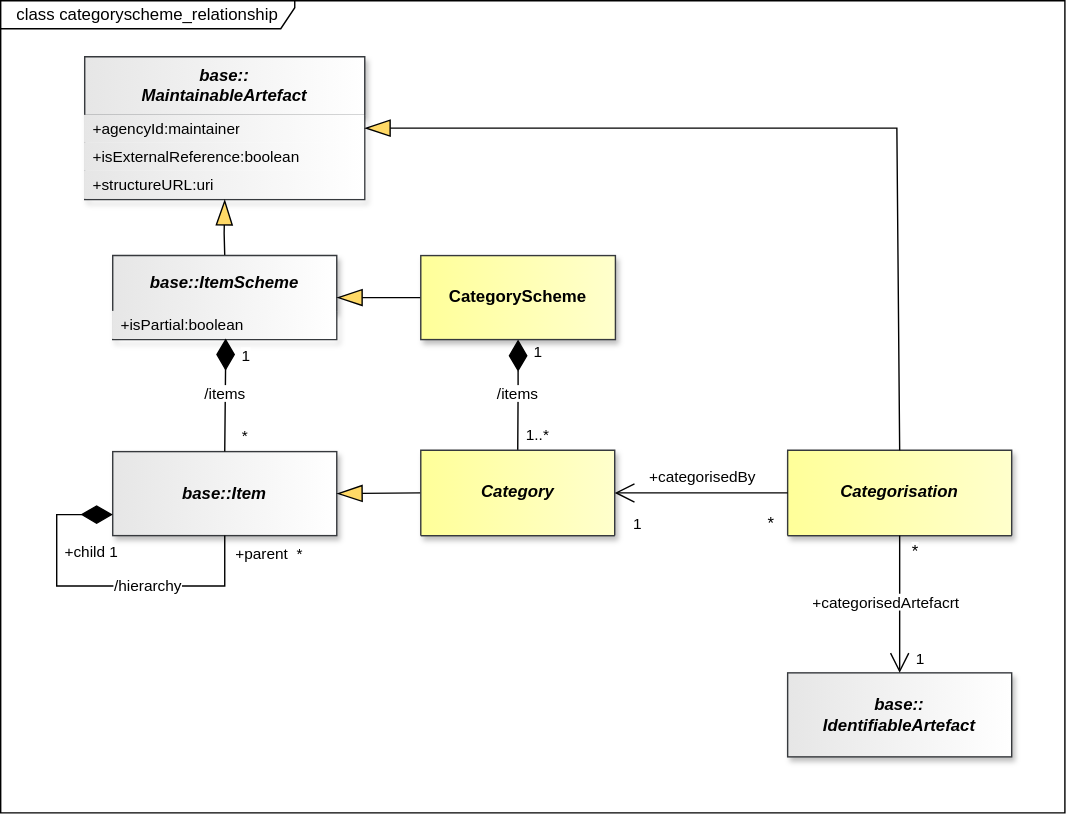
Above: docs/information_model/media/sdmx_categoryscheme-categoryscheme_relationship.svg in sdmx-twg/sdmx-im (draw.io), before the change. Source tidied: cells renumbered, new cells last; positions are measured from the earlier drawing's top-left corner, leaving out a move shared by most shapes.
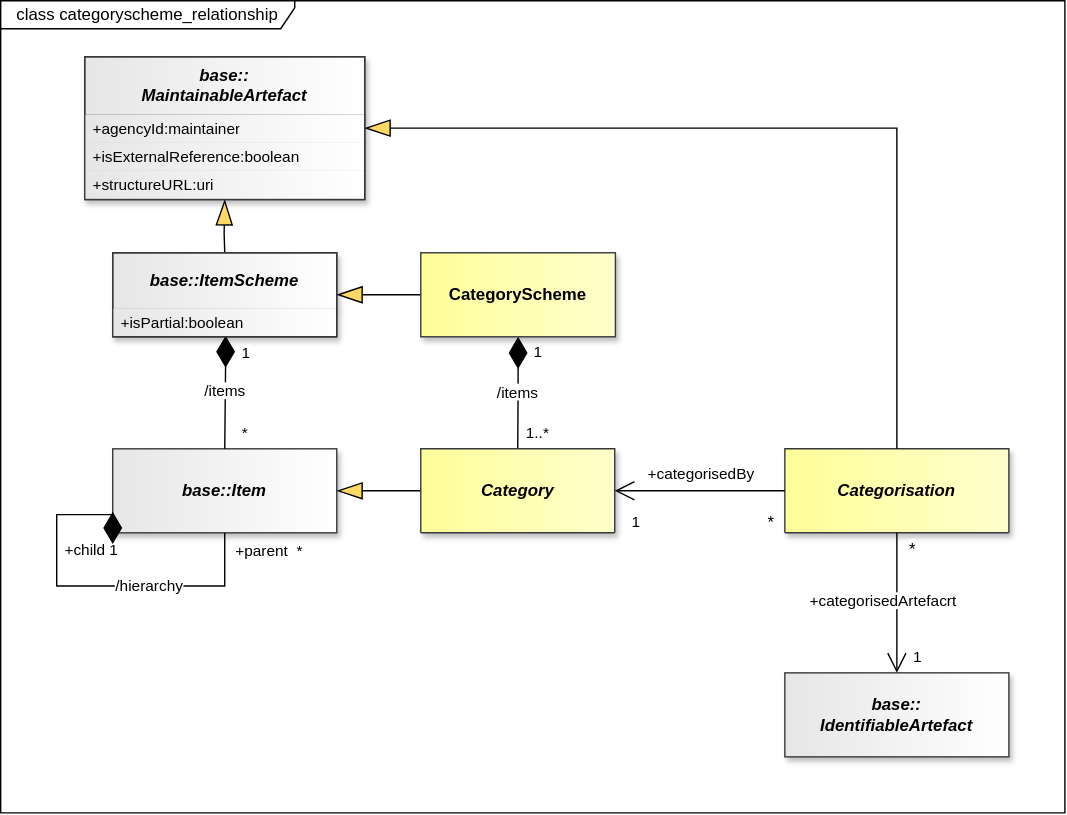
Later version of the same file.

The edit, as a diff of the source:
```diff
@@ -14,13 +14,13 @@
     <mxCell id="5" value="base::&lt;br&gt;MaintainableArtefact" style="swimlane;fontStyle=3;align=center;verticalAlign=top;horizontal=1;startSize=42;whiteSpace=wrap;html=1;strokeColor=#36393d;fontFamily=Helvetica;fontSize=12;fillColor=light-dark(#E6E6E6,#E6E6E6);gradientDirection=east;gradientColor=light-dark(#FFFFFF,#FFFFFF);fontColor=light-dark(#000000,#000000);shadow=1;" parent="1" vertex="1">
       <mxGeometry x="60" y="40" width="200" height="102" as="geometry" />
     </mxCell>
-    <mxCell id="6" value="+agencyId:maintainer" style="text;strokeColor=none;fillColor=light-dark(#E6E6E6,#E6E6E6);align=left;verticalAlign=middle;spacingLeft=4;spacingRight=4;overflow=hidden;whiteSpace=wrap;html=1;fontFamily=Helvetica;fontSize=11;fontColor=light-dark(#000000,#000000);fontStyle=0;gradientColor=light-dark(#FFFFFF,#FFFFFF);gradientDirection=east;" parent="5" vertex="1">
+    <mxCell id="6" value="+agencyId:maintainer" style="text;strokeColor=none;fillColor=light-dark(#E6E6E6,#E6E6E6);align=left;verticalAlign=middle;spacingLeft=4;spacingRight=4;overflow=hidden;whiteSpace=wrap;html=1;fontFamily=Helvetica;fontSize=11;fontColor=light-dark(#000000,#000000);fontStyle=0;gradientColor=light-dark(#FFFFFF,#FFFFFF);gradientDirection=east;shadow=1;" parent="5" vertex="1">
       <mxGeometry y="42" width="200" height="20" as="geometry" />
     </mxCell>
-    <mxCell id="7" value="+isExternalReference:boolean" style="text;strokeColor=none;fillColor=light-dark(#E6E6E6,#E6E6E6);align=left;verticalAlign=middle;spacingLeft=4;spacingRight=4;overflow=hidden;whiteSpace=wrap;html=1;fontFamily=Helvetica;fontSize=11;fontColor=light-dark(#000000,#000000);fontStyle=0;gradientColor=light-dark(#FFFFFF,#FFFFFF);gradientDirection=east;" parent="5" vertex="1">
+    <mxCell id="7" value="+isExternalReference:boolean" style="text;strokeColor=none;fillColor=light-dark(#E6E6E6,#E6E6E6);align=left;verticalAlign=middle;spacingLeft=4;spacingRight=4;overflow=hidden;whiteSpace=wrap;html=1;fontFamily=Helvetica;fontSize=11;fontColor=light-dark(#000000,#000000);fontStyle=0;gradientColor=light-dark(#FFFFFF,#FFFFFF);gradientDirection=east;shadow=1;" parent="5" vertex="1">
       <mxGeometry y="62" width="200" height="20" as="geometry" />
     </mxCell>
-    <mxCell id="8" value="+structureURL:uri" style="text;strokeColor=none;fillColor=light-dark(#E6E6E6,#E6E6E6);align=left;verticalAlign=middle;spacingLeft=4;spacingRight=4;overflow=hidden;whiteSpace=wrap;html=1;fontFamily=Helvetica;fontSize=11;fontColor=light-dark(#000000,#000000);fontStyle=0;gradientColor=light-dark(#FFFFFF,#FFFFFF);gradientDirection=east;" parent="5" vertex="1">
+    <mxCell id="8" value="+structureURL:uri" style="text;strokeColor=none;fillColor=light-dark(#E6E6E6,#E6E6E6);align=left;verticalAlign=middle;spacingLeft=4;spacingRight=4;overflow=hidden;whiteSpace=wrap;html=1;fontFamily=Helvetica;fontSize=11;fontColor=light-dark(#000000,#000000);fontStyle=0;gradientColor=light-dark(#FFFFFF,#FFFFFF);gradientDirection=east;shadow=1;" parent="5" vertex="1">
       <mxGeometry y="82" width="200" height="20" as="geometry" />
     </mxCell>
     <mxCell id="9" style="endArrow=blockThin;endSize=16;endFill=1;html=1;rounded=0;exitX=0.5;exitY=0;exitDx=0;exitDy=0;startFill=0;endFillColor=light-dark(#FFD966,#FFD966);strokeColor=light-dark(#000000,#FFFFFF);startFillColor=light-dark(#000000,#FFFFFF);labelBackgroundColor=none;labelBorderColor=light-dark(#000000,#FFFFFF);entryX=0.5;entryY=1;entryDx=0;entryDy=0;" parent="1" edge="1" source="16" target="5">
@@ -31,7 +31,7 @@
       </mxGeometry>
     </mxCell>
     <mxCell id="10" value="base::Item" style="whiteSpace=wrap;html=1;verticalAlign=middle;gradientDirection=east;imageVerticalAlign=top;fontStyle=3;fillColor=light-dark(#E6E6E6,#E6E6E6);strokeColor=#36393d;fontColor=light-dark(#000000,#000000);gradientColor=light-dark(#FFFFFF,#FFFFFF);shadow=1;" parent="1" vertex="1">
-      <mxGeometry x="80" y="322" width="160" height="60" as="geometry" />
+      <mxGeometry x="80" y="320" width="160" height="60" as="geometry" />
     </mxCell>
     <mxCell id="11" value="&lt;font style=&quot;color: light-dark(rgb(0, 0, 0), rgb(255, 255, 255)); background-color: light-dark(rgb(255, 255, 255), rgb(0, 0, 0));&quot;&gt;/hierarchy&lt;/font&gt;" style="endArrow=none;html=1;endSize=12;startArrow=diamondThin;startSize=20;startFill=1;edgeStyle=orthogonalEdgeStyle;rounded=0;endFill=0;strokeColor=light-dark(#000000,#FFFFFF);fontColor=light-dark(#000000,#FFFFFF);labelBackgroundColor=none;entryX=0.5;entryY=1;entryDx=0;entryDy=0;exitX=0;exitY=0.75;exitDx=0;exitDy=0;" parent="1" edge="1" source="10" target="10">
       <mxGeometry x="0.27" relative="1" as="geometry">
@@ -66,9 +66,9 @@
       </mxGeometry>
     </mxCell>
     <mxCell id="16" value="base::ItemScheme" style="swimlane;fontStyle=3;align=center;verticalAlign=middle;horizontal=1;startSize=40;whiteSpace=wrap;html=1;strokeColor=#36393d;fontFamily=Helvetica;fontSize=12;fillColor=light-dark(#E6E6E6,#E6E6E6);gradientDirection=east;gradientColor=light-dark(#FFFFFF,#FFFFFF);fontColor=light-dark(#000000,#000000);shadow=1;" parent="1" vertex="1">
-      <mxGeometry x="80" y="182" width="160" height="60" as="geometry" />
+      <mxGeometry x="80" y="180" width="160" height="60" as="geometry" />
     </mxCell>
-    <mxCell id="17" value="+isPartial:boolean" style="text;strokeColor=none;fillColor=light-dark(#E6E6E6,#E6E6E6);align=left;verticalAlign=middle;spacingLeft=4;spacingRight=4;overflow=hidden;points=[[0,0.5],[1,0.5]];portConstraint=eastwest;whiteSpace=wrap;html=1;fontFamily=Helvetica;fontSize=11;fontColor=light-dark(#000000,#000000);fontStyle=0;gradientColor=light-dark(#FFFFFF,#FFFFFF);gradientDirection=east;" parent="16" vertex="1">
+    <mxCell id="17" value="+isPartial:boolean" style="text;strokeColor=none;fillColor=light-dark(#E6E6E6,#E6E6E6);align=left;verticalAlign=middle;spacingLeft=4;spacingRight=4;overflow=hidden;points=[[0,0.5],[1,0.5]];portConstraint=eastwest;whiteSpace=wrap;html=1;fontFamily=Helvetica;fontSize=11;fontColor=light-dark(#000000,#000000);fontStyle=0;gradientColor=light-dark(#FFFFFF,#FFFFFF);gradientDirection=east;shadow=1;" parent="16" vertex="1">
       <mxGeometry y="40" width="160" height="20" as="geometry" />
     </mxCell>
     <mxCell id="18" style="endArrow=blockThin;endSize=16;endFill=1;html=1;rounded=0;exitX=0;exitY=0.5;exitDx=0;exitDy=0;startFill=0;endFillColor=light-dark(#FFD966,#FFD966);strokeColor=light-dark(#000000,#FFFFFF);startFillColor=light-dark(#000000,#FFFFFF);labelBackgroundColor=none;labelBorderColor=light-dark(#000000,#FFFFFF);entryX=1;entryY=0.5;entryDx=0;entryDy=0;" parent="1" edge="1" source="24" target="16">
@@ -98,13 +98,13 @@
       </mxGeometry>
     </mxCell>
     <mxCell id="24" value="CategoryScheme" style="whiteSpace=wrap;html=1;verticalAlign=middle;gradientDirection=east;imageVerticalAlign=top;fontStyle=1;fillColor=light-dark(#FFFF99,#FFFF99);strokeColor=#36393d;fontColor=light-dark(#000000,#000000);gradientColor=light-dark(#FFFFCC,#FFFFCC);shadow=1;" parent="1" vertex="1">
-      <mxGeometry x="300" y="182" width="139" height="60" as="geometry" />
+      <mxGeometry x="300" y="180" width="139" height="60" as="geometry" />
     </mxCell>
     <mxCell id="25" value="Category" style="swimlane;fontStyle=3;align=center;verticalAlign=middle;horizontal=1;startSize=61;whiteSpace=wrap;html=1;strokeColor=#36393d;fontFamily=Helvetica;fontSize=12;fillColor=light-dark(#FFFF99,#FFFF99);gradientDirection=east;gradientColor=light-dark(#FFFFCC,#FFFFCC);fontColor=light-dark(#000000,#000000);shadow=1;" parent="1" vertex="1">
-      <mxGeometry x="300" y="321" width="138.5" height="61" as="geometry" />
+      <mxGeometry x="300" y="320" width="138.5" height="60" as="geometry" />
     </mxCell>
     <mxCell id="26" value="Categorisation" style="swimlane;fontStyle=3;align=center;verticalAlign=middle;horizontal=1;startSize=61;whiteSpace=wrap;html=1;strokeColor=#36393d;fontFamily=Helvetica;fontSize=12;fillColor=light-dark(#FFFF99,#FFFF99);gradientDirection=east;gradientColor=light-dark(#FFFFCC,#FFFFCC);fontColor=light-dark(#000000,#000000);shadow=1;" parent="1" vertex="1">
-      <mxGeometry x="562" y="321" width="160" height="61" as="geometry" />
+      <mxGeometry x="560" y="320" width="160" height="60" as="geometry" />
     </mxCell>
     <mxCell id="27" style="endArrow=blockThin;endSize=16;endFill=1;html=1;rounded=0;exitX=0.5;exitY=0;exitDx=0;exitDy=0;startFill=0;endFillColor=light-dark(#FFD966,#FFD966);strokeColor=light-dark(#000000,#FFFFFF);startFillColor=light-dark(#000000,#FFFFFF);labelBackgroundColor=none;labelBorderColor=light-dark(#000000,#FFFFFF);entryX=1;entryY=0.5;entryDx=0;entryDy=0;" parent="1" edge="1" source="26" target="5">
       <mxGeometry x="0.03" relative="1" as="geometry">
@@ -114,7 +114,7 @@
       </mxGeometry>
     </mxCell>
     <mxCell id="28" value="base::&lt;br&gt;IdentifiableArtefact" style="whiteSpace=wrap;html=1;verticalAlign=middle;gradientDirection=east;imageVerticalAlign=top;fontStyle=3;fillColor=light-dark(#E6E6E6,#E6E6E6);strokeColor=#36393d;fontColor=light-dark(#000000,#000000);gradientColor=light-dark(#FFFFFF,#FFFFFF);shadow=1;" parent="1" vertex="1">
-      <mxGeometry x="562" y="480" width="160" height="60" as="geometry" />
+      <mxGeometry x="560" y="480" width="160" height="60" as="geometry" />
     </mxCell>
     <mxCell id="29" value="&lt;span style=&quot;background-color: light-dark(#ffffff, var(--ge-dark-color, #121212));&quot;&gt;+categorisedBy&lt;/span&gt;" style="endArrow=open;html=1;endSize=12;startArrow=none;startSize=20;startFill=0;edgeStyle=orthogonalEdgeStyle;rounded=0;endFill=0;strokeColor=light-dark(#000000,#FFFFFF);fontColor=light-dark(#000000,#FFFFFF);labelBackgroundColor=none;exitX=0;exitY=0.5;exitDx=0;exitDy=0;entryX=1;entryY=0.5;entryDx=0;entryDy=0;innerLoopWaypoints=1;" parent="1" edge="1" source="26" target="25">
       <mxGeometry x="-0.01" y="-12" relative="1" as="geometry" />
@@ -142,5 +142,11 @@
         <mxPoint x="10" y="-2" as="offset" />
       </mxGeometry>
     </mxCell>
+    <mxCell id="35" style="rounded=0;whiteSpace=wrap;html=1;fillColor=none;strokeColor=#36393D;" parent="1" vertex="1">
+      <mxGeometry x="60" y="40" width="200" height="102" as="geometry" />
+    </mxCell>
+    <mxCell id="36" style="rounded=0;whiteSpace=wrap;html=1;fillColor=none;strokeColor=#36393D;" parent="1" vertex="1">
+      <mxGeometry x="80" y="180" width="160" height="60" as="geometry" />
+    </mxCell>
   </root>
 </mxGraphModel>
```
